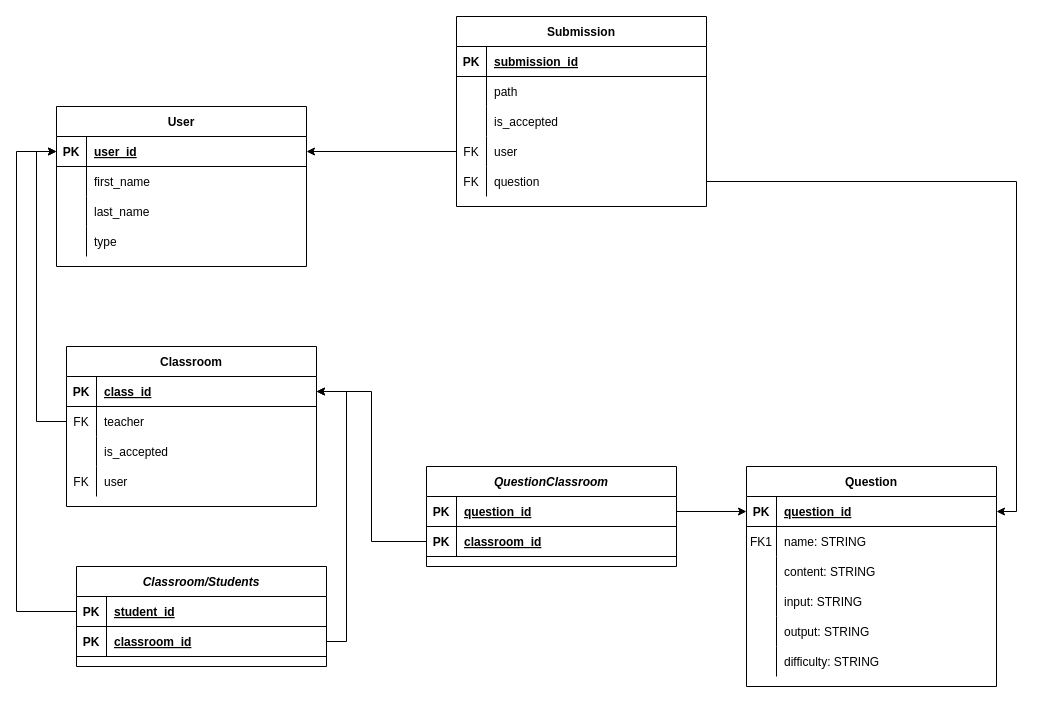
A13k5-5/CodeProfesseur keeps this draw.io diagram as ER-diagram.drawio. Above is the earlier version. Source tidied: cells renumbered, new cells numbered last; positions are measured from the earlier drawing's top-left corner, leaving out a move shared by most shapes. Both pictures are drawn from the tidied source at 100%, with x=0, y=0 at pixel (16, 16).
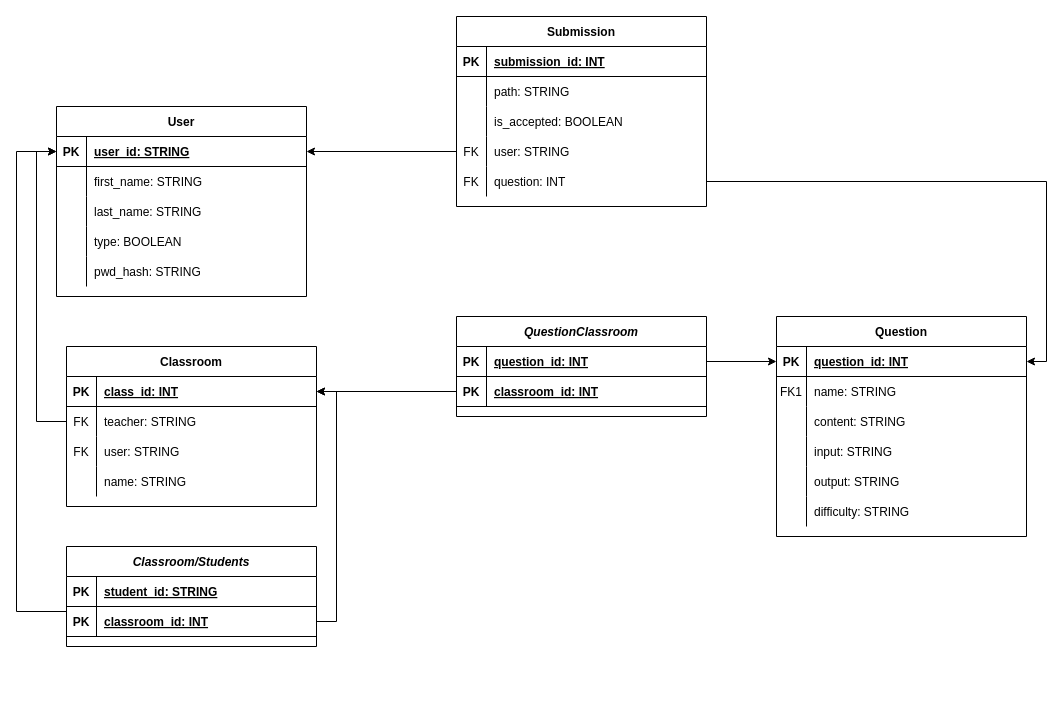
The same diagram, later.

Unchanged cells that the change refers to:
```xml
<mxCell id="3" style="shape=partialRectangle;fillColor=none;points=[[0,0.5],[1,0.5]];portConstraint=eastwest;top=0;left=0;right=0;bottom=1;" parent="2" vertex="1">
  <mxGeometry y="30" width="250" height="30" as="geometry" />
</mxCell>
<mxCell id="22" style="shape=partialRectangle;fillColor=none;top=0;left=0;right=0;bottom=1;" parent="21" vertex="1">
  <mxGeometry y="30" width="250" height="30" as="geometry" />
</mxCell>
<mxCell id="25" style="shape=partialRectangle;fillColor=none;top=0;left=0;right=0;bottom=0;" parent="21" vertex="1">
  <mxGeometry y="60" width="250" height="30" as="geometry" />
</mxCell>
<mxCell id="28" style="shape=partialRectangle;fillColor=none;top=0;left=0;right=0;bottom=0;" parent="21" vertex="1">
  <mxGeometry y="90" width="250" height="30" as="geometry" />
</mxCell>
<mxCell id="31" style="shape=partialRectangle;fillColor=none;points=[[0,0.5],[1,0.5]];portConstraint=eastwest;top=0;left=0;right=0;bottom=0;" parent="21" vertex="1">
  <mxGeometry y="120" width="250" height="30" as="geometry" />
</mxCell>
<mxCell id="34" style="shape=partialRectangle;fillColor=none;points=[[0,0.5],[1,0.5]];portConstraint=eastwest;top=0;left=0;right=0;bottom=0;" parent="21" vertex="1">
  <mxGeometry y="150" width="250" height="30" as="geometry" />
</mxCell>
<mxCell id="38" style="shape=partialRectangle;fillColor=none;points=[[0,0.5],[1,0.5]];portConstraint=eastwest;top=0;left=0;right=0;bottom=1;" parent="37" vertex="1">
  <mxGeometry y="30" width="250" height="30" as="geometry" />
</mxCell>
<mxCell id="41" style="shape=partialRectangle;fillColor=none;top=0;left=0;right=0;bottom=0;" parent="37" vertex="1">
  <mxGeometry y="60" width="250" height="30" as="geometry" />
</mxCell>
<mxCell id="44" style="shape=partialRectangle;fillColor=none;top=0;left=0;right=0;bottom=0;" parent="37" vertex="1">
  <mxGeometry y="90" width="250" height="30" as="geometry" />
</mxCell>
<mxCell id="47" style="shape=partialRectangle;fillColor=none;top=0;left=0;right=0;bottom=0;" parent="37" vertex="1">
  <mxGeometry y="120" width="250" height="30" as="geometry" />
</mxCell>
<mxCell id="51" value="Classroom" style="shape=table;startSize=30;childLayout=tableLayout;rowLines=0;fontStyle=1;align=center;" parent="1" vertex="1">
  <mxGeometry x="50" y="330" width="250" height="160" as="geometry" />
</mxCell>
<mxCell id="52" style="shape=partialRectangle;fillColor=none;points=[[0,0.5],[1,0.5]];portConstraint=eastwest;top=0;left=0;right=0;bottom=1;" parent="51" vertex="1">
  <mxGeometry y="30" width="250" height="30" as="geometry" />
</mxCell>
<mxCell id="55" style="shape=partialRectangle;fillColor=none;points=[[0,0.5],[1,0.5]];portConstraint=eastwest;top=0;left=0;right=0;bottom=0;" parent="51" vertex="1">
  <mxGeometry y="60" width="250" height="30" as="geometry" />
</mxCell>
<mxCell id="67" style="shape=partialRectangle;fillColor=none;points=[[0,0.5],[1,0.5]];portConstraint=eastwest;top=0;left=0;right=0;bottom=1;" parent="66" vertex="1">
  <mxGeometry y="30" width="250" height="30" as="geometry" />
</mxCell>
<mxCell id="70" style="shape=partialRectangle;fillColor=none;points=[[0,0.5],[1,0.5]];portConstraint=eastwest;top=0;left=0;right=0;bottom=1;" parent="66" vertex="1">
  <mxGeometry y="60" width="250" height="30" as="geometry" />
</mxCell>
<mxCell id="75" style="shape=partialRectangle;fillColor=none;points=[[0,0.5],[1,0.5]];portConstraint=eastwest;top=0;left=0;right=0;bottom=1;" parent="74" vertex="1">
  <mxGeometry y="30" width="250" height="30" as="geometry" />
</mxCell>
<mxCell id="78" style="shape=partialRectangle;fillColor=none;points=[[0,0.5],[1,0.5]];portConstraint=eastwest;top=0;left=0;right=0;bottom=1;" parent="74" vertex="1">
  <mxGeometry y="60" width="250" height="30" as="geometry" />
</mxCell>
```

Diff of the diagram source:
```diff
@@
     <mxCell id="2" value="Question" style="shape=table;startSize=30;childLayout=tableLayout;rowLines=0;fontStyle=1;align=center;" parent="1" vertex="1">
-      <mxGeometry x="730" y="450" width="250" height="220" as="geometry" />
+      <mxGeometry x="760" y="300" width="250" height="220" as="geometry" />
     </mxCell>
@@
-    <mxCell id="5" value="question_id" style="shape=partialRectangle;overflow=hidden;fillColor=none;top=0;left=0;bottom=0;right=0;align=left;spacingLeft=6;fontStyle=5;" parent="3" vertex="1">
+    <mxCell id="5" value="question_id: INT" style="shape=partialRectangle;overflow=hidden;fillColor=none;top=0;left=0;bottom=0;right=0;align=left;spacingLeft=6;fontStyle=5;" parent="3" vertex="1">
       <mxGeometry x="30" width="220" height="30" as="geometry" />
     </mxCell>
@@
-    <mxCell id="24" value="submission_id" style="shape=partialRectangle;overflow=hidden;fillColor=none;top=0;left=0;bottom=0;right=0;align=left;spacingLeft=6;fontStyle=5;" parent="22" vertex="1">
+    <mxCell id="24" value="submission_id: INT" style="shape=partialRectangle;overflow=hidden;fillColor=none;top=0;left=0;bottom=0;right=0;align=left;spacingLeft=6;fontStyle=5;" parent="22" vertex="1">
       <mxGeometry x="30" width="220" height="30" as="geometry" />
     </mxCell>
@@
-    <mxCell id="27" value="path" style="shape=partialRectangle;overflow=hidden;fillColor=none;top=0;left=0;bottom=0;right=0;align=left;spacingLeft=6;" parent="25" vertex="1">
+    <mxCell id="27" value="path: STRING" style="shape=partialRectangle;overflow=hidden;fillColor=none;top=0;left=0;bottom=0;right=0;align=left;spacingLeft=6;" parent="25" vertex="1">
       <mxGeometry x="30" width="220" height="30" as="geometry" />
     </mxCell>
@@
-    <mxCell id="30" value="is_accepted" style="shape=partialRectangle;overflow=hidden;fillColor=none;top=0;left=0;bottom=0;right=0;align=left;spacingLeft=6;" parent="28" vertex="1">
+    <mxCell id="30" value="is_accepted: BOOLEAN" style="shape=partialRectangle;overflow=hidden;fillColor=none;top=0;left=0;bottom=0;right=0;align=left;spacingLeft=6;" parent="28" vertex="1">
       <mxGeometry x="30" width="220" height="30" as="geometry" />
     </mxCell>
@@
-    <mxCell id="33" value="user" style="shape=partialRectangle;overflow=hidden;fillColor=none;top=0;left=0;bottom=0;right=0;align=left;spacingLeft=6;" parent="31" vertex="1">
+    <mxCell id="33" value="user: STRING" style="shape=partialRectangle;overflow=hidden;fillColor=none;top=0;left=0;bottom=0;right=0;align=left;spacingLeft=6;" parent="31" vertex="1">
       <mxGeometry x="30" width="220" height="30" as="geometry" />
     </mxCell>
@@
-    <mxCell id="36" value="question" style="shape=partialRectangle;overflow=hidden;fillColor=none;top=0;left=0;bottom=0;right=0;align=left;spacingLeft=6;" parent="34" vertex="1">
+    <mxCell id="36" value="question: INT" style="shape=partialRectangle;overflow=hidden;fillColor=none;top=0;left=0;bottom=0;right=0;align=left;spacingLeft=6;" parent="34" vertex="1">
       <mxGeometry x="30" width="220" height="30" as="geometry" />
     </mxCell>
     <mxCell id="37" value="User" style="shape=table;startSize=30;childLayout=tableLayout;rowLines=0;fontStyle=1;align=center;" parent="1" vertex="1">
-      <mxGeometry x="40" y="90" width="250" height="160" as="geometry" />
+      <mxGeometry x="40" y="90" width="250" height="190" as="geometry" />
     </mxCell>
@@
-    <mxCell id="40" value="user_id" style="shape=partialRectangle;overflow=hidden;fillColor=none;top=0;left=0;bottom=0;right=0;align=left;spacingLeft=6;fontStyle=5;" parent="38" vertex="1">
+    <mxCell id="40" value="user_id: STRING" style="shape=partialRectangle;overflow=hidden;fillColor=none;top=0;left=0;bottom=0;right=0;align=left;spacingLeft=6;fontStyle=5;" parent="38" vertex="1">
       <mxGeometry x="30" width="220" height="30" as="geometry" />
     </mxCell>
@@
-    <mxCell id="43" value="first_name" style="shape=partialRectangle;overflow=hidden;fillColor=none;top=0;left=0;bottom=0;right=0;align=left;spacingLeft=6;" parent="41" vertex="1">
+    <mxCell id="43" value="first_name: STRING" style="shape=partialRectangle;overflow=hidden;fillColor=none;top=0;left=0;bottom=0;right=0;align=left;spacingLeft=6;" parent="41" vertex="1">
       <mxGeometry x="30" width="220" height="30" as="geometry" />
     </mxCell>
@@
-    <mxCell id="46" value="last_name" style="shape=partialRectangle;overflow=hidden;fillColor=none;top=0;left=0;bottom=0;right=0;align=left;spacingLeft=6;" parent="44" vertex="1">
+    <mxCell id="46" value="last_name: STRING" style="shape=partialRectangle;overflow=hidden;fillColor=none;top=0;left=0;bottom=0;right=0;align=left;spacingLeft=6;" parent="44" vertex="1">
       <mxGeometry x="30" width="220" height="30" as="geometry" />
     </mxCell>
@@
-    <mxCell id="49" value="type" style="shape=partialRectangle;overflow=hidden;fillColor=none;top=0;left=0;bottom=0;right=0;align=left;spacingLeft=6;" parent="47" vertex="1">
+    <mxCell id="49" value="type: BOOLEAN" style="shape=partialRectangle;overflow=hidden;fillColor=none;top=0;left=0;bottom=0;right=0;align=left;spacingLeft=6;" parent="47" vertex="1">
       <mxGeometry x="30" width="220" height="30" as="geometry" />
     </mxCell>
+    <mxCell id="84" style="shape=partialRectangle;fillColor=none;top=0;left=0;right=0;bottom=0;" parent="37" vertex="1">
+      <mxGeometry y="150" width="250" height="30" as="geometry" />
+    </mxCell>
+    <mxCell id="85" style="shape=partialRectangle;overflow=hidden;fillColor=none;top=0;left=0;bottom=0;right=0;" parent="84" vertex="1">
+      <mxGeometry width="30" height="30" as="geometry" />
+    </mxCell>
+    <mxCell id="86" value="pwd_hash: STRING" style="shape=partialRectangle;overflow=hidden;fillColor=none;top=0;left=0;bottom=0;right=0;align=left;spacingLeft=6;" parent="84" vertex="1">
+      <mxGeometry x="30" width="220" height="30" as="geometry" />
+    </mxCell>
@@
-    <mxCell id="54" value="class_id" style="shape=partialRectangle;overflow=hidden;fillColor=none;top=0;left=0;bottom=0;right=0;align=left;spacingLeft=6;fontStyle=5;" parent="52" vertex="1">
+    <mxCell id="54" value="class_id: INT" style="shape=partialRectangle;overflow=hidden;fillColor=none;top=0;left=0;bottom=0;right=0;align=left;spacingLeft=6;fontStyle=5;" parent="52" vertex="1">
       <mxGeometry x="30" width="220" height="30" as="geometry" />
     </mxCell>
@@
-    <mxCell id="57" value="teacher" style="shape=partialRectangle;overflow=hidden;fillColor=none;top=0;left=0;bottom=0;right=0;align=left;spacingLeft=6;" parent="55" vertex="1">
+    <mxCell id="57" value="teacher: STRING" style="shape=partialRectangle;overflow=hidden;fillColor=none;top=0;left=0;bottom=0;right=0;align=left;spacingLeft=6;" parent="55" vertex="1">
       <mxGeometry x="30" width="220" height="30" as="geometry" />
     </mxCell>
-    <mxCell id="58" style="shape=partialRectangle;fillColor=none;top=0;left=0;right=0;bottom=0;" parent="51" vertex="1">
-      <mxGeometry y="90" width="250" height="30" as="geometry" />
-    </mxCell>
-    <mxCell id="59" style="shape=partialRectangle;overflow=hidden;fillColor=none;top=0;left=0;bottom=0;right=0;" parent="58" vertex="1">
-      <mxGeometry width="30" height="30" as="geometry" />
-    </mxCell>
-    <mxCell id="60" value="is_accepted" style="shape=partialRectangle;overflow=hidden;fillColor=none;top=0;left=0;bottom=0;right=0;align=left;spacingLeft=6;" parent="58" vertex="1">
-      <mxGeometry x="30" width="220" height="30" as="geometry" />
-    </mxCell>
     <mxCell id="61" style="shape=partialRectangle;fillColor=none;top=0;left=0;right=0;bottom=0;" parent="51" vertex="1">
-      <mxGeometry y="120" width="250" height="30" as="geometry" />
+      <mxGeometry y="90" width="250" height="30" as="geometry" />
     </mxCell>
@@
-    <mxCell id="63" value="user" style="shape=partialRectangle;overflow=hidden;fillColor=none;top=0;left=0;bottom=0;right=0;align=left;spacingLeft=6;" parent="61" vertex="1">
+    <mxCell id="63" value="user: STRING" style="shape=partialRectangle;overflow=hidden;fillColor=none;top=0;left=0;bottom=0;right=0;align=left;spacingLeft=6;" parent="61" vertex="1">
       <mxGeometry x="30" width="220" height="30" as="geometry" />
     </mxCell>
+    <mxCell id="87" style="shape=partialRectangle;fillColor=none;top=0;left=0;right=0;bottom=0;" parent="51" vertex="1">
+      <mxGeometry y="120" width="250" height="30" as="geometry" />
+    </mxCell>
+    <mxCell id="88" style="shape=partialRectangle;overflow=hidden;fillColor=none;top=0;left=0;bottom=0;right=0;" parent="87" vertex="1">
+      <mxGeometry width="30" height="30" as="geometry" />
+    </mxCell>
+    <mxCell id="89" value="name: STRING" style="shape=partialRectangle;overflow=hidden;fillColor=none;top=0;left=0;bottom=0;right=0;align=left;spacingLeft=6;" parent="87" vertex="1">
+      <mxGeometry x="30" width="220" height="30" as="geometry" />
+    </mxCell>
@@
     <mxCell id="66" value="Classroom/Students" style="shape=table;startSize=30;childLayout=tableLayout;rowLines=0;fontStyle=3;align=center;" parent="1" vertex="1">
-      <mxGeometry x="60" y="550" width="250" height="100" as="geometry" />
+      <mxGeometry x="50" y="530" width="250" height="100" as="geometry" />
     </mxCell>
@@
-    <mxCell id="69" value="student_id" style="shape=partialRectangle;overflow=hidden;fillColor=none;top=0;left=0;bottom=0;right=0;align=left;spacingLeft=6;fontStyle=5;" parent="67" vertex="1">
+    <mxCell id="69" value="student_id: STRING" style="shape=partialRectangle;overflow=hidden;fillColor=none;top=0;left=0;bottom=0;right=0;align=left;spacingLeft=6;fontStyle=5;" parent="67" vertex="1">
       <mxGeometry x="30" width="220" height="30" as="geometry" />
     </mxCell>
@@
-    <mxCell id="72" value="classroom_id" style="shape=partialRectangle;overflow=hidden;fillColor=none;top=0;left=0;bottom=0;right=0;align=left;spacingLeft=6;fontStyle=5;" parent="70" vertex="1">
+    <mxCell id="72" value="classroom_id: INT" style="shape=partialRectangle;overflow=hidden;fillColor=none;top=0;left=0;bottom=0;right=0;align=left;spacingLeft=6;fontStyle=5;" parent="70" vertex="1">
       <mxGeometry x="30" width="220" height="30" as="geometry" />
     </mxCell>
@@
     <mxCell id="74" value="QuestionClassroom" style="shape=table;startSize=30;childLayout=tableLayout;rowLines=0;fontStyle=3;align=center;" parent="1" vertex="1">
-      <mxGeometry x="410" y="450" width="250" height="100" as="geometry" />
+      <mxGeometry x="440" y="300" width="250" height="100" as="geometry" />
     </mxCell>
@@
-    <mxCell id="77" value="question_id" style="shape=partialRectangle;overflow=hidden;fillColor=none;top=0;left=0;bottom=0;right=0;align=left;spacingLeft=6;fontStyle=5;" parent="75" vertex="1">
+    <mxCell id="77" value="question_id: INT" style="shape=partialRectangle;overflow=hidden;fillColor=none;top=0;left=0;bottom=0;right=0;align=left;spacingLeft=6;fontStyle=5;" parent="75" vertex="1">
       <mxGeometry x="30" width="220" height="30" as="geometry" />
     </mxCell>
@@
-    <mxCell id="80" value="classroom_id" style="shape=partialRectangle;overflow=hidden;fillColor=none;top=0;left=0;bottom=0;right=0;align=left;spacingLeft=6;fontStyle=5;" parent="78" vertex="1">
+    <mxCell id="80" value="classroom_id: INT" style="shape=partialRectangle;overflow=hidden;fillColor=none;top=0;left=0;bottom=0;right=0;align=left;spacingLeft=6;fontStyle=5;" parent="78" vertex="1">
       <mxGeometry x="30" width="220" height="30" as="geometry" />
     </mxCell>
```
